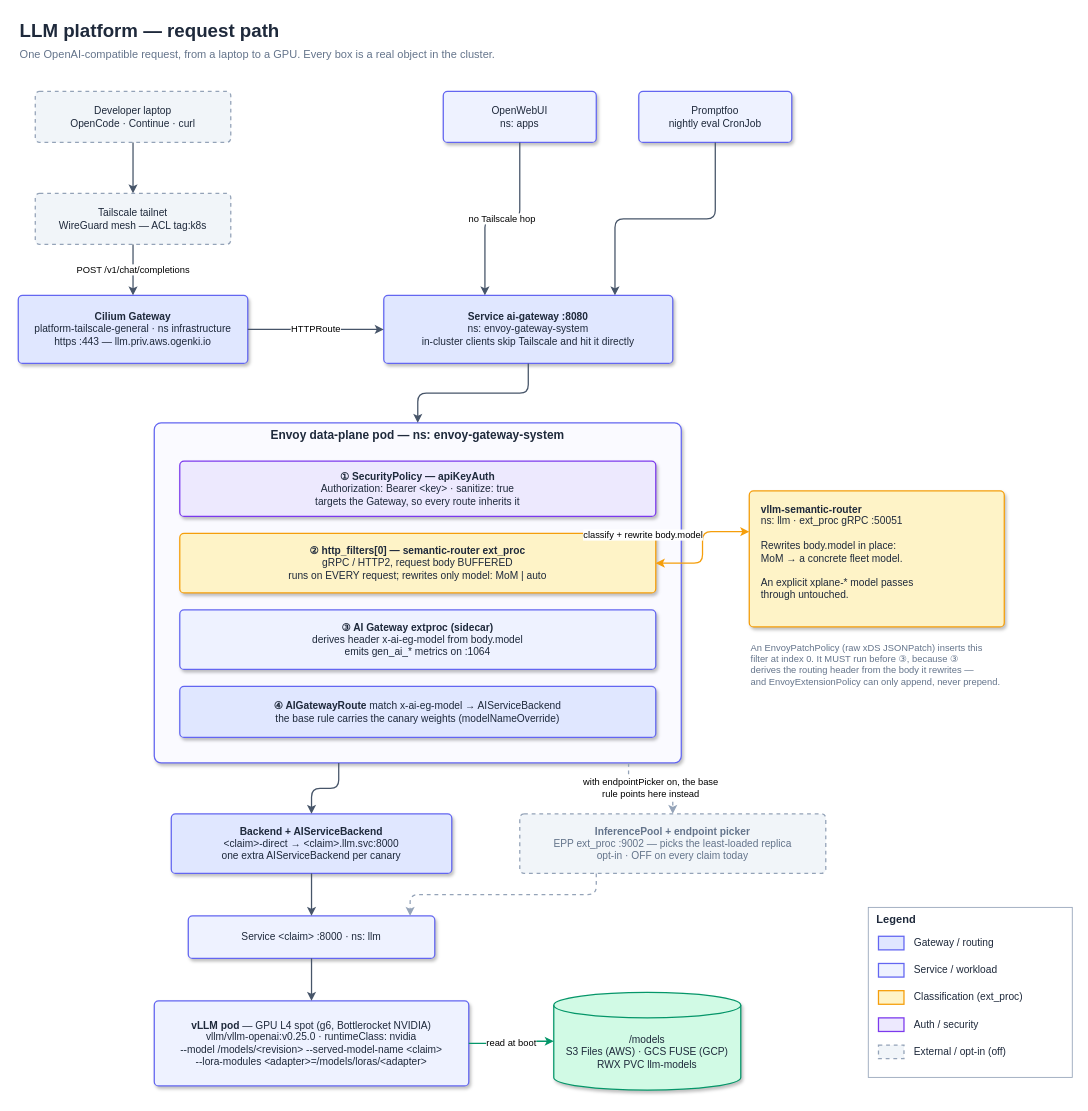
The draw.io diagram page "1 — Request path" (1 of 3) of docs/architecture/llm-platform.drawio in Smana/cloud-native-ref, before the edit. Source tidied: cells renumbered, new cells numbered last; positions are measured from the earlier drawing's top-left corner, leaving out a move shared by most shapes. Both pictures are drawn from the tidied source at 85%, with x=0, y=0 at pixel (18, 14).
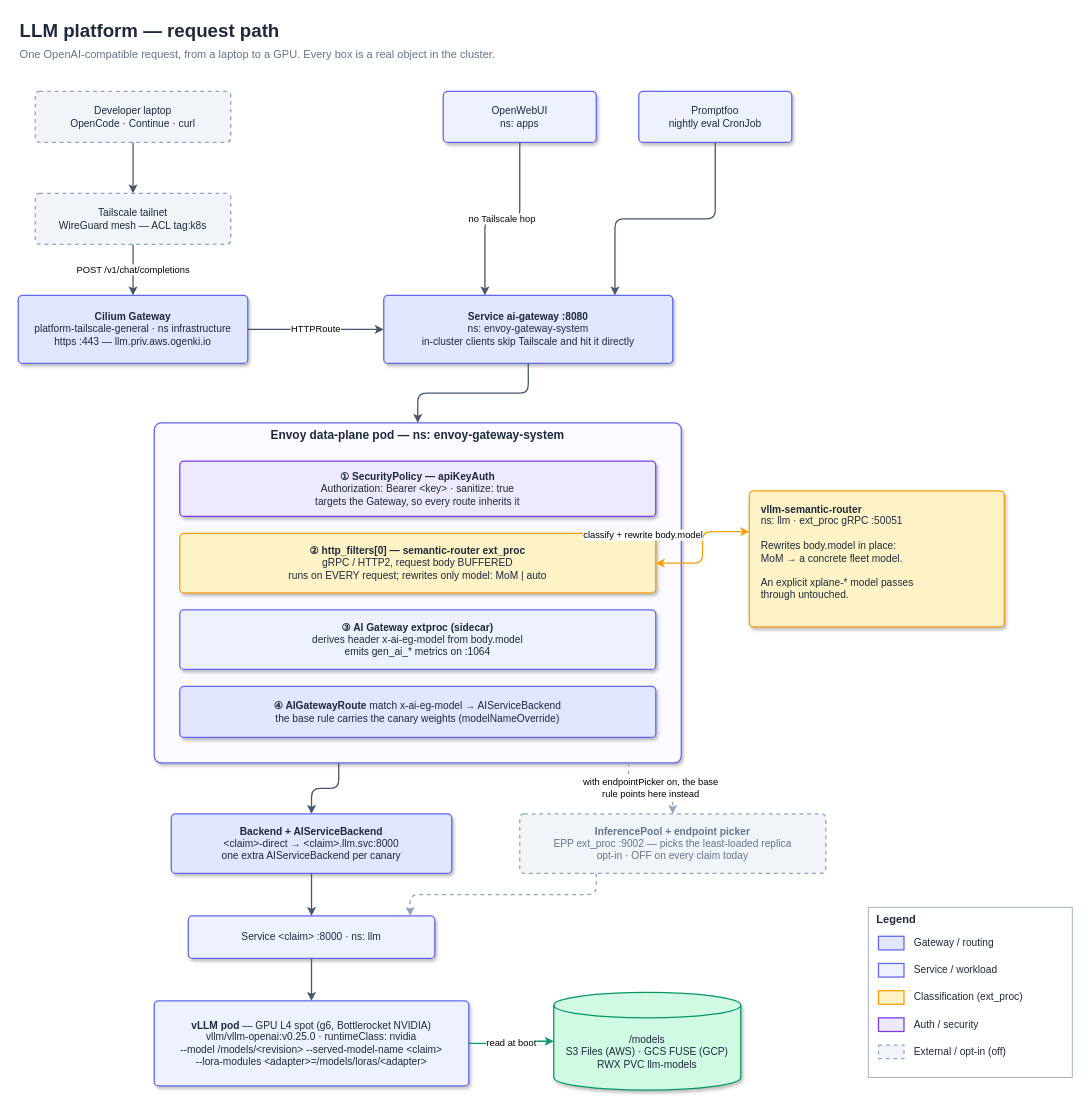
Above is the later version.

The edit, as a diff of the source:
```diff
@@
-    <mxCell id="16" value="An EnvoyPatchPolicy (raw xDS JSONPatch) inserts this&#10;filter at index 0. It MUST run before ③, because ③&#10;derives the routing header from the body it rewrites —&#10;and EnvoyExtensionPolicy can only append, never prepend." style="text;html=1;align=left;fontFamily=Helvetica;fontSize=11;fontColor=#64748B;" parent="1" vertex="1">
-      <mxGeometry x="860" y="732" width="360" height="70" as="geometry" />
-    </mxCell>
```
